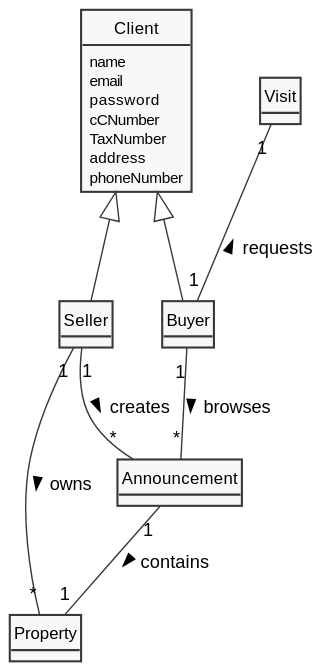
The PlantUML diagram docs/sprintC/US012/02.analysis/svg/us012-domain-model-excerpt.svg in tiagohcorreia/LAPR2, before a commit. The source it was exported from:
```plantuml
@startuml

skinparam monochrome true
skinparam packageStyle rectangle
skinparam shadowing false

skinparam classAttributeIconSize 0
skinparam groupInheritance 1
hide circle
hide methods




Announcement "1" -- "1" Property: contains >








together {
Client <|-- Buyer
Client <|-- Seller
}

Seller "1" - "*" Property: owns >
Seller "1" - "*" Announcement: creates >
Visit "1" -- "1" Buyer: requests <
Buyer "1" -- "*" Announcement: browses >







class Client {
name
email
password
cCNumber
TaxNumber
address
phoneNumber
}
class Buyer
class Seller

class Visit{

}

class Announcement{
}


class Property{
}





@enduml
```
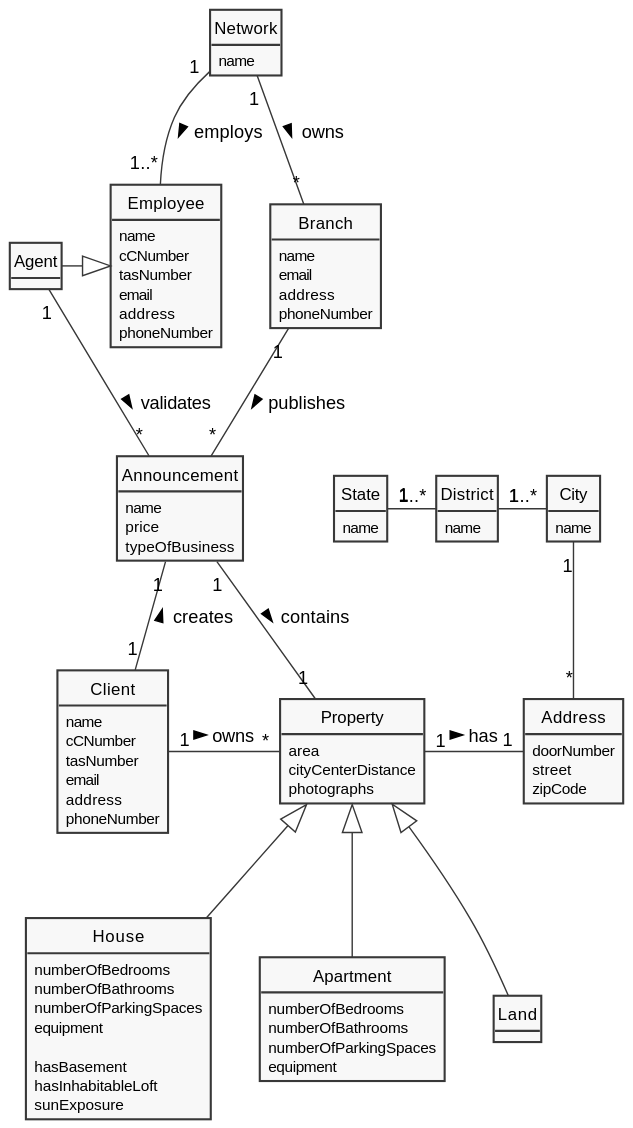
Above is the later version.

Commit message:
US12 - Analysis & Design: Domain Model excerpt and Readmes

Diff of the diagram source:
```diff
@@ -9,59 +9,114 @@
 hide circle
 hide methods
 
+class Network{
+name
+}
+
+class Branch{
+name
+email
+address
+phoneNumber
+}
+
+class Employee{
+name
+cCNumber
+tasNumber
+email
+address
+phoneNumber
+}
+
+class Agent{
+}
+
+class Client{
+name
+cCNumber
+tasNumber
+email
+address
+phoneNumber
+}
+
+class Announcement{
+name
+price
+typeOfBusiness
+}
+
+class Property{
+area
+cityCenterDistance
+photographs
+}
+
+class House{
+numberOfBedrooms
+numberOfBathrooms
+numberOfParkingSpaces
+equipment
+
+hasBasement
+hasInhabitableLoft
+sunExposure
+}
+
+class Apartment{
+numberOfBedrooms
+numberOfBathrooms
+numberOfParkingSpaces
+equipment
+}
+
+class Land{
+}
+
+class Address {
+doorNumber
+street
+zipCode
+}
+
+class City {
+name
+}
+
+class District {
+name
+}
+
+class State {
+name
+}
 
 
+Network "1" -- "*" Branch: owns >
+Network "1" -- "1..*" Employee: employs >
+Agent -|> Employee
+Agent "1" - "*" Announcement: validates >
+Branch "1" -- "*" Announcement: publishes >
 
 Announcement "1" -- "1" Property: contains >
+
+Property <|-- House
+Property <|-- Apartment
+Property <|-- Land
+
+Property "1" - "1" Address: has >
+City "1" -- "*" Address
+State "1" - "1..*" District
+District "1" - "1..*" City
+
+
+Announcement "1" -- "1" Client: creates <
+Client "1" - "*" Property: owns >
 
 
 
 
 
 
-
-
-together {
-Client <|-- Buyer
-Client <|-- Seller
-}
-
-Seller "1" - "*" Property: owns >
-Seller "1" - "*" Announcement: creates >
-Visit "1" -- "1" Buyer: requests <
-Buyer "1" -- "*" Announcement: browses >
-
-
-
-
-
-
-
-class Client {
-name
-email
-password
-cCNumber
-TaxNumber
-address
-phoneNumber
-}
-class Buyer
-class Seller
-
-class Visit{
-
-}
-
-class Announcement{
-}
-
-
-class Property{
-}
-
-
-
-
-
 @enduml
```
